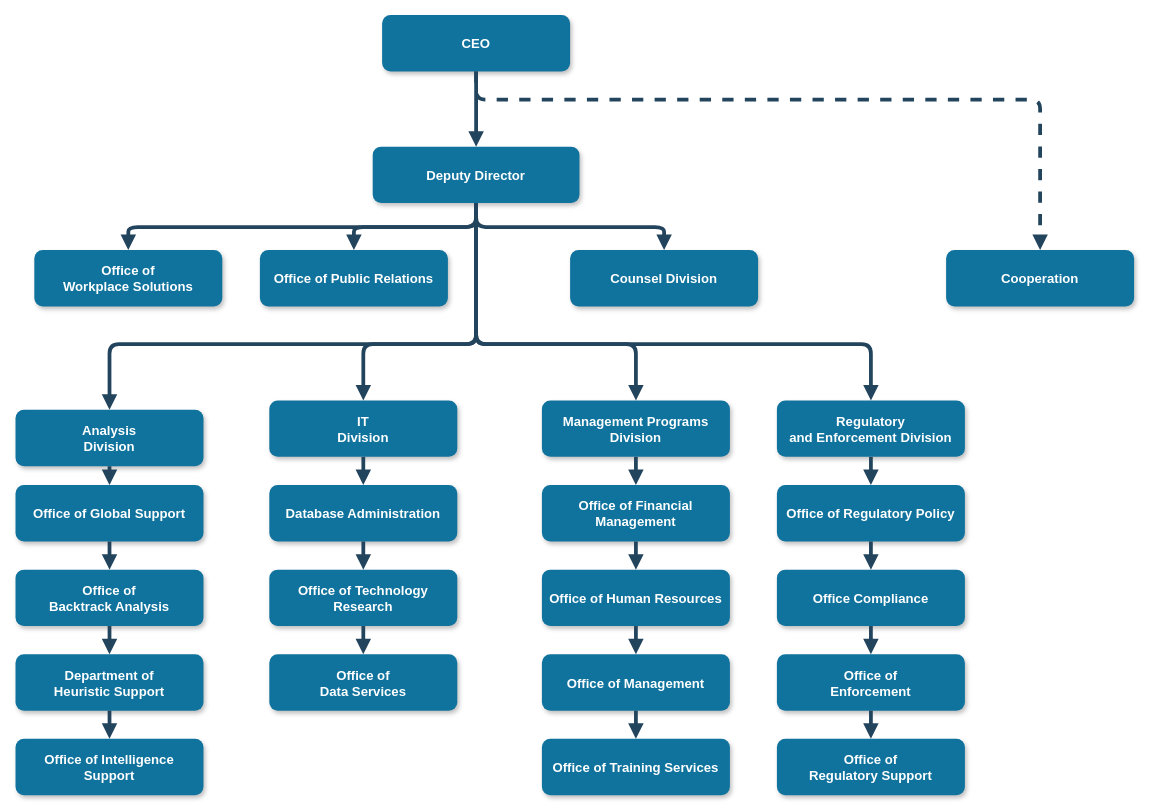
Earlier version of the draw.io diagram Untitled Diagram.drawio (Stocpool/MinticGit). Source tidied: cells renumbered, new cells numbered last; positions are measured from the earlier drawing's top-left corner, leaving out a move shared by most shapes. Both pictures are drawn from the tidied source at 94%, with x=0, y=0 at pixel (15, 15).
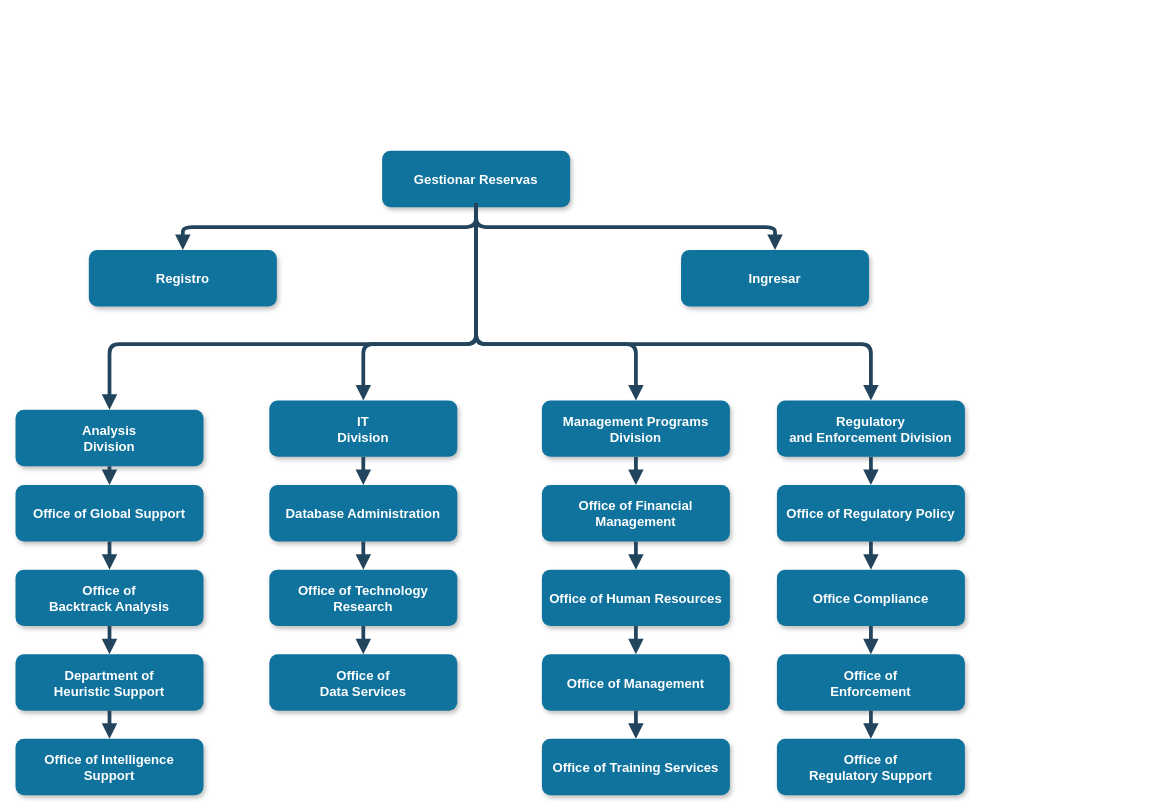
After the change.

The change refers to these unchanged cells:
```xml
<mxCell id="8" value="Analysis &#10;Division" style="rounded=1;fillColor=#10739E;strokeColor=none;shadow=1;gradientColor=none;fontStyle=1;fontColor=#FFFFFF;fontSize=14;" parent="1" vertex="1">
  <mxGeometry y="419.5" width="200" height="60" as="geometry" />
</mxCell>
<mxCell id="13" value="IT&#10;Division" style="rounded=1;fillColor=#10739E;strokeColor=none;shadow=1;gradientColor=none;fontStyle=1;fontColor=#FFFFFF;fontSize=14;" parent="1" vertex="1">
  <mxGeometry x="270" y="409.5" width="200" height="60" as="geometry" />
</mxCell>
<mxCell id="17" value="Management Programs &#10;Division" style="rounded=1;fillColor=#10739E;strokeColor=none;shadow=1;gradientColor=none;fontStyle=1;fontColor=#FFFFFF;fontSize=14;" parent="1" vertex="1">
  <mxGeometry x="560" y="409.5" width="200" height="60" as="geometry" />
</mxCell>
<mxCell id="22" value="Regulatory &#10;and Enforcement Division" style="rounded=1;fillColor=#10739E;strokeColor=none;shadow=1;gradientColor=none;fontStyle=1;fontColor=#FFFFFF;fontSize=14;" parent="1" vertex="1">
  <mxGeometry x="810" y="409.5" width="200" height="60" as="geometry" />
</mxCell>
```

What changed in the source:
```diff
@@
-    <mxCell id="2" value="CEO" style="rounded=1;fillColor=#10739E;strokeColor=none;shadow=1;gradientColor=none;fontStyle=1;fontColor=#FFFFFF;fontSize=14;" parent="1" vertex="1">
-      <mxGeometry x="390" y="-0.5" width="200" height="60" as="geometry" />
+    <mxCell id="2" value="Gestionar Reservas" style="rounded=1;fillColor=#10739E;strokeColor=none;shadow=1;gradientColor=none;fontStyle=1;fontColor=#FFFFFF;fontSize=14;" parent="1" vertex="1">
+      <mxGeometry x="390" y="144" width="200" height="60" as="geometry" />
     </mxCell>
-    <mxCell id="3" value="Deputy Director" style="rounded=1;fillColor=#10739E;strokeColor=none;shadow=1;gradientColor=none;fontStyle=1;fontColor=#FFFFFF;fontSize=14;" parent="1" vertex="1">
-      <mxGeometry x="380" y="139.5" width="220" height="60" as="geometry" />
-    </mxCell>
-    <mxCell id="4" value="Office of &#10;Workplace Solutions" style="rounded=1;fillColor=#10739E;strokeColor=none;shadow=1;gradientColor=none;fontStyle=1;fontColor=#FFFFFF;fontSize=14;" parent="1" vertex="1">
-      <mxGeometry x="20" y="249.5" width="200" height="60" as="geometry" />
+    <mxCell id="4" value="Registro" style="rounded=1;fillColor=#10739E;strokeColor=none;shadow=1;gradientColor=none;fontStyle=1;fontColor=#FFFFFF;fontSize=14;" parent="1" vertex="1">
+      <mxGeometry x="78" y="249.5" width="200" height="60" as="geometry" />
     </mxCell>
-    <mxCell id="5" value="Office of Public Relations" style="rounded=1;fillColor=#10739E;strokeColor=none;shadow=1;gradientColor=none;fontStyle=1;fontColor=#FFFFFF;fontSize=14;" parent="1" vertex="1">
-      <mxGeometry x="260" y="249.5" width="200" height="60" as="geometry" />
-    </mxCell>
-    <mxCell id="6" value="Counsel Division" style="rounded=1;fillColor=#10739E;strokeColor=none;shadow=1;gradientColor=none;fontStyle=1;fontColor=#FFFFFF;fontSize=14;" parent="1" vertex="1">
-      <mxGeometry x="590" y="249.5" width="200" height="60" as="geometry" />
+    <mxCell id="6" value="Ingresar" style="rounded=1;fillColor=#10739E;strokeColor=none;shadow=1;gradientColor=none;fontStyle=1;fontColor=#FFFFFF;fontSize=14;" parent="1" vertex="1">
+      <mxGeometry x="708" y="249.5" width="200" height="60" as="geometry" />
     </mxCell>
-    <mxCell id="7" value="Cooperation" style="rounded=1;fillColor=#10739E;strokeColor=none;shadow=1;gradientColor=none;fontStyle=1;fontColor=#FFFFFF;fontSize=14;" parent="1" vertex="1">
-      <mxGeometry x="990" y="249.5" width="200" height="60" as="geometry" />
-    </mxCell>
@@
-    <mxCell id="27" style="edgeStyle=elbowEdgeStyle;elbow=vertical;strokeWidth=4;endArrow=block;endFill=1;fontStyle=1;strokeColor=#23445D;" parent="1" edge="1" source="2" target="3">
-      <mxGeometry x="22" y="165.5" as="geometry" />
-    </mxCell>
-    <mxCell id="28" style="edgeStyle=elbowEdgeStyle;elbow=vertical;strokeWidth=4;endArrow=block;endFill=1;fontStyle=1;strokeColor=#23445D;" parent="1" edge="1" source="3" target="5">
-      <mxGeometry x="22" y="165.5" as="geometry" />
-    </mxCell>
-    <mxCell id="29" style="edgeStyle=elbowEdgeStyle;elbow=vertical;strokeWidth=4;endArrow=block;endFill=1;fontStyle=1;strokeColor=#23445D;" parent="1" edge="1" source="3" target="4">
-      <mxGeometry x="22" y="165.5" as="geometry" />
+    <mxCell id="29" style="edgeStyle=elbowEdgeStyle;elbow=vertical;strokeWidth=4;endArrow=block;endFill=1;fontStyle=1;strokeColor=#23445D;" parent="1" edge="1" target="4">
+      <mxGeometry x="22" y="165.5" as="geometry">
+        <mxPoint x="490" y="199.5" as="sourcePoint" />
+      </mxGeometry>
     </mxCell>
-    <mxCell id="30" style="edgeStyle=elbowEdgeStyle;elbow=vertical;strokeWidth=4;endArrow=block;endFill=1;fontStyle=1;strokeColor=#23445D;" parent="1" edge="1" source="3" target="6">
-      <mxGeometry x="22" y="165.5" as="geometry" />
+    <mxCell id="30" style="edgeStyle=elbowEdgeStyle;elbow=vertical;strokeWidth=4;endArrow=block;endFill=1;fontStyle=1;strokeColor=#23445D;" parent="1" edge="1" target="6">
+      <mxGeometry x="22" y="165.5" as="geometry">
+        <mxPoint x="490" y="199.5" as="sourcePoint" />
+      </mxGeometry>
     </mxCell>
-    <mxCell id="31" style="edgeStyle=elbowEdgeStyle;elbow=vertical;strokeWidth=4;endArrow=block;endFill=1;fontStyle=1;dashed=1;strokeColor=#23445D;" parent="1" edge="1" source="2" target="7">
-      <mxGeometry x="22" y="165.5" as="geometry">
-        <Array as="points">
-          <mxPoint x="780" y="89.5" />
-        </Array>
-      </mxGeometry>
-    </mxCell>
-    <mxCell id="32" style="edgeStyle=elbowEdgeStyle;elbow=vertical;strokeWidth=4;endArrow=block;endFill=1;fontStyle=1;strokeColor=#23445D;" parent="1" edge="1" source="3" target="8">
+    <mxCell id="32" style="edgeStyle=elbowEdgeStyle;elbow=vertical;strokeWidth=4;endArrow=block;endFill=1;fontStyle=1;strokeColor=#23445D;" parent="1" edge="1" target="8">
       <mxGeometry x="22" y="165.5" as="geometry">
+        <mxPoint x="490" y="199.5" as="sourcePoint" />
         <Array as="points">
           <mxPoint x="270" y="349.5" />
         </Array>
       </mxGeometry>
     </mxCell>
-    <mxCell id="33" style="edgeStyle=elbowEdgeStyle;elbow=vertical;strokeWidth=4;endArrow=block;endFill=1;fontStyle=1;strokeColor=#23445D;" parent="1" edge="1" source="3" target="22">
+    <mxCell id="33" style="edgeStyle=elbowEdgeStyle;elbow=vertical;strokeWidth=4;endArrow=block;endFill=1;fontStyle=1;strokeColor=#23445D;" parent="1" edge="1" target="22">
       <mxGeometry x="22" y="165.5" as="geometry">
+        <mxPoint x="490" y="199.5" as="sourcePoint" />
         <Array as="points">
           <mxPoint x="690" y="349.5" />
         </Array>
       </mxGeometry>
     </mxCell>
@@
-    <mxCell id="49" style="edgeStyle=elbowEdgeStyle;elbow=vertical;strokeWidth=4;endArrow=block;endFill=1;fontStyle=1;strokeColor=#23445D;" parent="1" edge="1" source="3" target="13">
+    <mxCell id="49" style="edgeStyle=elbowEdgeStyle;elbow=vertical;strokeWidth=4;endArrow=block;endFill=1;fontStyle=1;strokeColor=#23445D;" parent="1" edge="1" target="13">
       <mxGeometry x="22" y="165.5" as="geometry">
+        <mxPoint x="490" y="199.5" as="sourcePoint" />
         <Array as="points">
           <mxPoint x="370" y="349.5" />
         </Array>
       </mxGeometry>
     </mxCell>
-    <mxCell id="50" style="edgeStyle=elbowEdgeStyle;elbow=vertical;strokeWidth=4;endArrow=block;endFill=1;fontStyle=1;strokeColor=#23445D;" parent="1" edge="1" source="3" target="17">
+    <mxCell id="50" style="edgeStyle=elbowEdgeStyle;elbow=vertical;strokeWidth=4;endArrow=block;endFill=1;fontStyle=1;strokeColor=#23445D;" parent="1" edge="1" target="17">
       <mxGeometry x="22" y="165.5" as="geometry">
+        <mxPoint x="490" y="199.5" as="sourcePoint" />
         <Array as="points">
           <mxPoint x="660" y="349.5" />
         </Array>
       </mxGeometry>
     </mxCell>
```
